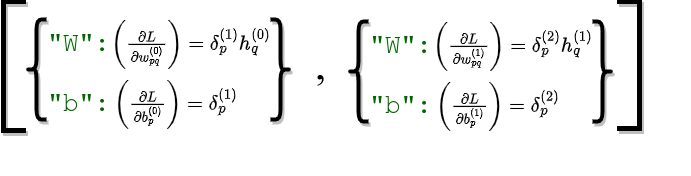
Above: images/mlp-back.drawio.png in barahona-research-group/mfds-resources (draw.io), before the change. Source tidied: cells renumbered, new cells last; positions are measured from the earlier drawing's top-left corner, leaving out a move shared by most shapes.
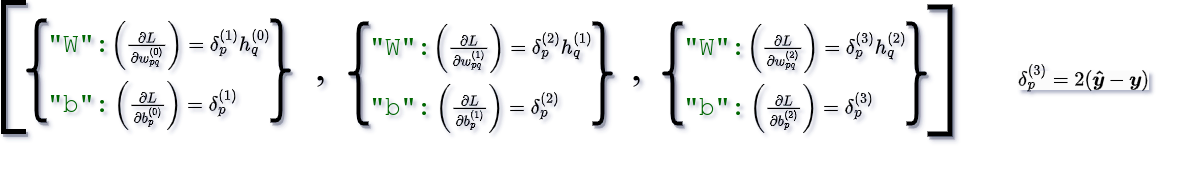
The same file after the commit.

What changed in the source:
```diff
@@ -3,7 +3,7 @@
     <mxCell id="0" />
     <mxCell id="1" parent="0" />
     <mxCell id="2" style="group;shadow=1;labelBorderColor=none;" parent="1" vertex="1">
-      <mxGeometry x="394" y="2" width="270" height="150" as="geometry" />
+      <mxGeometry x="394" y="3" width="270" height="150" as="geometry" />
     </mxCell>
     <mxCell id="3" style="shape=curlyBracket;html=1;rounded=1;labelPosition=left;verticalLabelPosition=middle;align=right;verticalAlign=middle;strokeWidth=4;size=0.5;shadow=1;labelBorderColor=none;" parent="2" vertex="1">
       <mxGeometry x="6" width="20" height="100" as="geometry" />
@@ -36,7 +36,7 @@
       <mxGeometry x="0.5" y="36.5" width="129" height="20" as="geometry" />
     </mxCell>
     <mxCell id="13" style="shape=partialRectangle;html=1;bottom=1;right=1;left=1;top=0;fillColor=none;routingCenterX=-0.5;fontSize=12;strokeWidth=5;rotation=-90;shadow=1;labelBorderColor=none;" parent="1" vertex="1">
-      <mxGeometry x="617.5" y="35.5" width="127" height="20" as="geometry" />
+      <mxGeometry x="928" y="40" width="127" height="20" as="geometry" />
     </mxCell>
     <mxCell id="14" value="," style="text;html=1;strokeColor=none;fillColor=none;align=center;verticalAlign=middle;rounded=0;fontSize=42;fontFamily=Times New Roman;shadow=1;labelBorderColor=none;" parent="1" vertex="1">
       <mxGeometry x="342" y="15.5" width="60" height="60" as="geometry" />
@@ -68,5 +68,41 @@
     <mxCell id="23" style="shape=curlyBracket;html=1;rounded=1;labelPosition=left;verticalLabelPosition=middle;align=right;verticalAlign=middle;strokeWidth=4;size=0.5;shadow=1;labelBorderColor=none;" parent="1" vertex="1">
       <mxGeometry x="78" width="20" height="100" as="geometry" />
     </mxCell>
+    <mxCell id="24" style="group;shadow=1;labelBorderColor=none;" parent="1" vertex="1">
+      <mxGeometry x="708" y="3" width="270" height="150" as="geometry" />
+    </mxCell>
+    <mxCell id="25" style="shape=curlyBracket;html=1;rounded=1;labelPosition=left;verticalLabelPosition=middle;align=right;verticalAlign=middle;strokeWidth=4;size=0.5;shadow=1;labelBorderColor=none;" parent="24" vertex="1">
+      <mxGeometry x="6" width="20" height="100" as="geometry" />
+    </mxCell>
+    <mxCell id="26" style="group;shadow=1;labelBorderColor=none;" parent="24" vertex="1">
+      <mxGeometry x="26" width="244" height="100" as="geometry" />
+    </mxCell>
+    <mxCell id="27" style="shape=curlyBracket;html=1;rounded=1;labelPosition=left;verticalLabelPosition=middle;align=right;verticalAlign=middle;strokeWidth=4;rotation=-180;shadow=1;labelBorderColor=none;" parent="26" vertex="1">
+      <mxGeometry x="224" width="20" height="100" as="geometry" />
+    </mxCell>
+    <mxCell id="28" style="group;shadow=1;labelBorderColor=none;" parent="26" vertex="1">
+      <mxGeometry y="65" width="174" height="35" as="geometry" />
+    </mxCell>
+    <mxCell id="29" value="&quot;b&quot;:&amp;nbsp;" style="text;html=1;strokeColor=none;fillColor=none;align=center;verticalAlign=middle;rounded=0;fontFamily=Courier New;fontColor=#006600;fontStyle=0;fontSize=26;shadow=1;labelBorderColor=none;" parent="28" vertex="1">
+      <mxGeometry y="5" width="80" height="30" as="geometry" />
+    </mxCell>
+    <mxCell id="30" value="\(\left(\frac{\partial L}{\partial b_{p}^{(2)}}\right)&lt;br&gt;&amp;nbsp;= \delta_p^{(3)} \)" style="text;html=1;strokeColor=none;fillColor=none;align=center;verticalAlign=middle;rounded=0;fontSize=17;shadow=1;labelBorderColor=none;" parent="28" vertex="1">
+      <mxGeometry x="99" y="5" width="60" height="30" as="geometry" />
+    </mxCell>
+    <mxCell id="31" style="group;shadow=1;labelBorderColor=none;" parent="26" vertex="1">
+      <mxGeometry y="10" width="140" height="30" as="geometry" />
+    </mxCell>
+    <mxCell id="32" value="&quot;W&quot;:&amp;nbsp;" style="text;html=1;strokeColor=none;fillColor=none;align=center;verticalAlign=middle;rounded=0;fontFamily=Courier New;fontColor=#006600;fontStyle=0;fontSize=26;shadow=1;labelBorderColor=none;" parent="31" vertex="1">
+      <mxGeometry width="80" height="30" as="geometry" />
+    </mxCell>
+    <mxCell id="33" value="\(\left(\frac{\partial L}{\partial w_{pq}^{(2)}}\right)&lt;br&gt;&amp;nbsp;= \delta_p^{(3)}h_q^{(2)} \)" style="text;html=1;strokeColor=none;fillColor=none;align=center;verticalAlign=middle;rounded=0;fontSize=17;shadow=1;labelBorderColor=none;" parent="31" vertex="1">
+      <mxGeometry x="114" width="60" height="30" as="geometry" />
+    </mxCell>
+    <mxCell id="34" value="," style="text;html=1;strokeColor=none;fillColor=none;align=center;verticalAlign=middle;rounded=0;fontSize=42;fontFamily=Times New Roman;shadow=1;labelBorderColor=none;" parent="1" vertex="1">
+      <mxGeometry x="658" y="15.5" width="60" height="60" as="geometry" />
+    </mxCell>
+    <mxCell id="35" value="&lt;span style=&quot;color: rgb(0, 0, 0); font-family: Helvetica; font-size: 17px; font-style: normal; font-variant-ligatures: normal; font-variant-caps: normal; font-weight: 400; letter-spacing: normal; orphans: 2; text-align: center; text-indent: 0px; text-transform: none; widows: 2; word-spacing: 0px; -webkit-text-stroke-width: 0px; background-color: rgb(251, 251, 251); text-decoration-thickness: initial; text-decoration-style: initial; text-decoration-color: initial; float: none; display: inline !important;&quot;&gt;\(\delta_p^{(3)} = 2 (\boldsymbol{\hat{y}} - \boldsymbol{y})\)&lt;/span&gt;" style="text;whiteSpace=wrap;html=1;" parent="1" vertex="1">
+      <mxGeometry x="1068" y="36.5" width="130" height="40" as="geometry" />
+    </mxCell>
   </root>
 </mxGraphModel>
```
